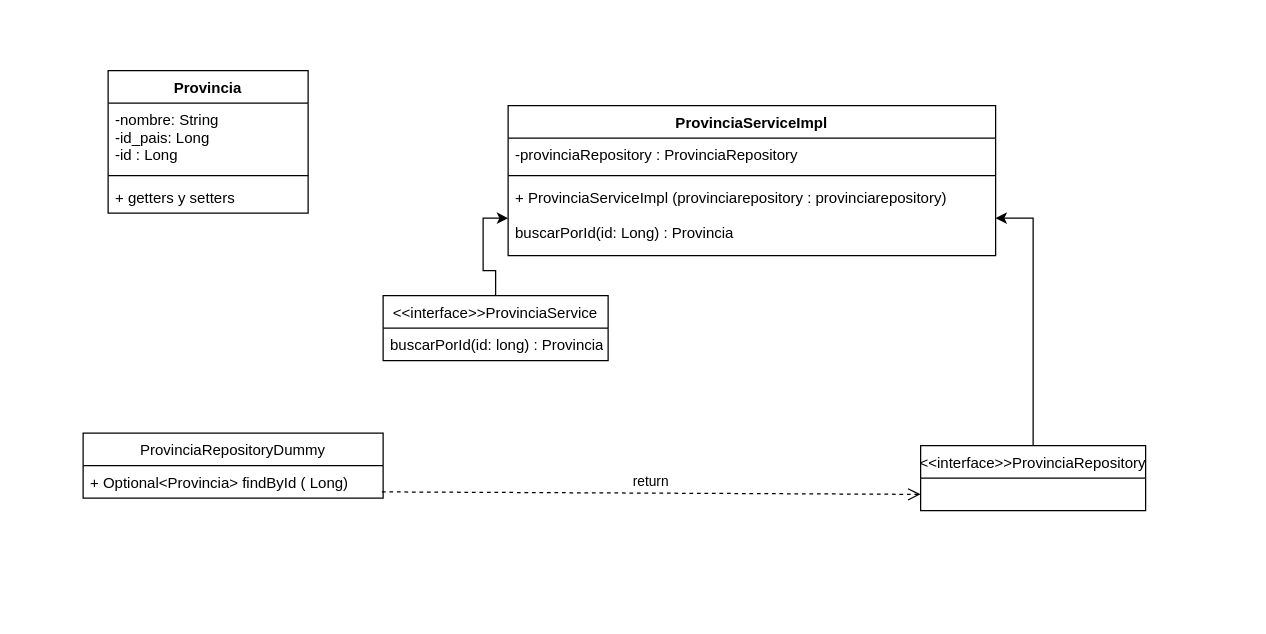
Earlier version of the draw.io diagram Untitled Diagram.drawio (Jcomerci88/EjerciciosJava). Source tidied: cells renumbered, new cells numbered last; positions are measured from the earlier drawing's top-left corner, leaving out a move shared by most shapes. Both pictures are drawn from the tidied source at 125%, with x=0, y=0 at pixel (82, 70).
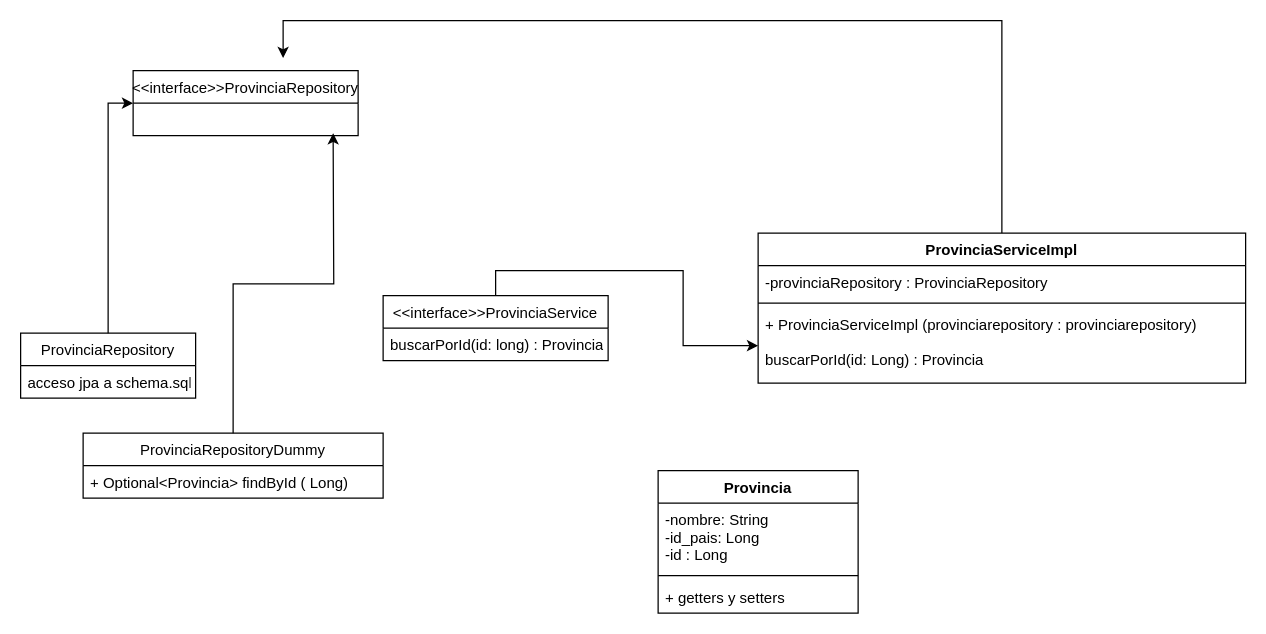
Above is the later version.

The change refers to these unchanged cells:
```xml
<mxCell id="12" value="+ ProvinciaServiceImpl (provinciarepository : provinciarepository)&#10;&#10;buscarPorId(id: Long) : Provincia&#10;" style="text;strokeColor=none;fillColor=none;align=left;verticalAlign=top;spacingLeft=4;spacingRight=4;overflow=hidden;points=[[0,0.5],[1,0.5]];portConstraint=eastwest;" parent="9" vertex="1">
  <mxGeometry y="60" width="390" height="60" as="geometry" />
</mxCell>
<mxCell id="15" value="ProvinciaRepositoryDummy" style="swimlane;fontStyle=0;horizontal=1;startSize=26;fillColor=none;" parent="1" vertex="1">
  <mxGeometry y="290" width="240" height="52" as="geometry" />
</mxCell>
<mxCell id="16" value="+ Optional&lt;Provincia&gt; findById ( Long)" style="text;strokeColor=none;fillColor=none;align=left;verticalAlign=top;spacingLeft=4;spacingRight=4;overflow=hidden;points=[[0,0.5],[1,0.5]];portConstraint=eastwest;" parent="15" vertex="1">
  <mxGeometry y="26" width="240" height="26" as="geometry" />
</mxCell>
```

Change to the diagram source:
```diff
@@
     <mxCell id="2" value="Provincia" style="swimlane;fontStyle=1;align=center;verticalAlign=top;horizontal=1;startSize=26;" parent="1" vertex="1">
-      <mxGeometry x="20" width="160" height="114" as="geometry" />
+      <mxGeometry x="460" y="320" width="160" height="114" as="geometry" />
     </mxCell>
@@
+    <mxCell id="18" style="edgeStyle=orthogonalEdgeStyle;rounded=0;jettySize=auto;html=1;" parent="1" edge="1" source="9">
+      <mxGeometry relative="1" as="geometry">
+        <mxPoint x="160" y="-10" as="targetPoint" />
+        <Array as="points">
+          <mxPoint x="735" y="-40" />
+          <mxPoint x="160" y="-40" />
+        </Array>
+      </mxGeometry>
+    </mxCell>
     <mxCell id="9" value="ProvinciaServiceImpl" style="swimlane;fontStyle=1;align=center;verticalAlign=top;horizontal=1;startSize=26;" parent="1" vertex="1">
-      <mxGeometry x="340" y="28" width="390" height="120" as="geometry" />
+      <mxGeometry x="540" y="130" width="390" height="120" as="geometry" />
     </mxCell>
@@
-    <mxCell id="13" style="edgeStyle=orthogonalEdgeStyle;rounded=0;jettySize=auto;html=1;" parent="1" edge="1" source="14" target="12">
-      <mxGeometry relative="1" as="geometry" />
-    </mxCell>
     <mxCell id="14" value="&lt;&lt;interface&gt;&gt;ProvinciaRepository" style="swimlane;fontStyle=0;horizontal=1;startSize=26;fillColor=none;" parent="1" vertex="1">
-      <mxGeometry x="670" y="300" width="180" height="52" as="geometry" />
+      <mxGeometry x="40" width="180" height="52" as="geometry" />
     </mxCell>
+    <mxCell id="19" style="edgeStyle=orthogonalEdgeStyle;rounded=0;jettySize=auto;html=1;" parent="1" edge="1" source="15">
+      <mxGeometry relative="1" as="geometry">
+        <mxPoint x="200" y="50" as="targetPoint" />
+      </mxGeometry>
+    </mxCell>
@@
-    <mxCell id="17" value="return" style="html=1;verticalAlign=bottom;endArrow=open;dashed=1;endSize=8;entryX=0;entryY=0.75;entryDx=0;entryDy=0;exitX=0.996;exitY=0.808;exitDx=0;exitDy=0;exitPerimeter=0;" parent="1" edge="1" source="16" target="14">
-      <mxGeometry relative="1" as="geometry" />
-    </mxCell>
+    <mxCell id="20" style="edgeStyle=orthogonalEdgeStyle;rounded=0;jettySize=auto;html=1;entryX=0;entryY=0.5;entryDx=0;entryDy=0;" parent="1" edge="1" source="21" target="14">
+      <mxGeometry relative="1" as="geometry" />
+    </mxCell>
+    <mxCell id="21" value="ProvinciaRepository" style="swimlane;fontStyle=0;horizontal=1;startSize=26;fillColor=none;" parent="1" vertex="1">
+      <mxGeometry x="-50" y="210" width="140" height="52" as="geometry" />
+    </mxCell>
+    <mxCell id="22" value="acceso jpa a schema.sql" style="text;strokeColor=none;fillColor=none;align=left;verticalAlign=top;spacingLeft=4;spacingRight=4;overflow=hidden;" parent="21" vertex="1">
+      <mxGeometry y="26" width="140" height="26" as="geometry" />
+    </mxCell>
```
